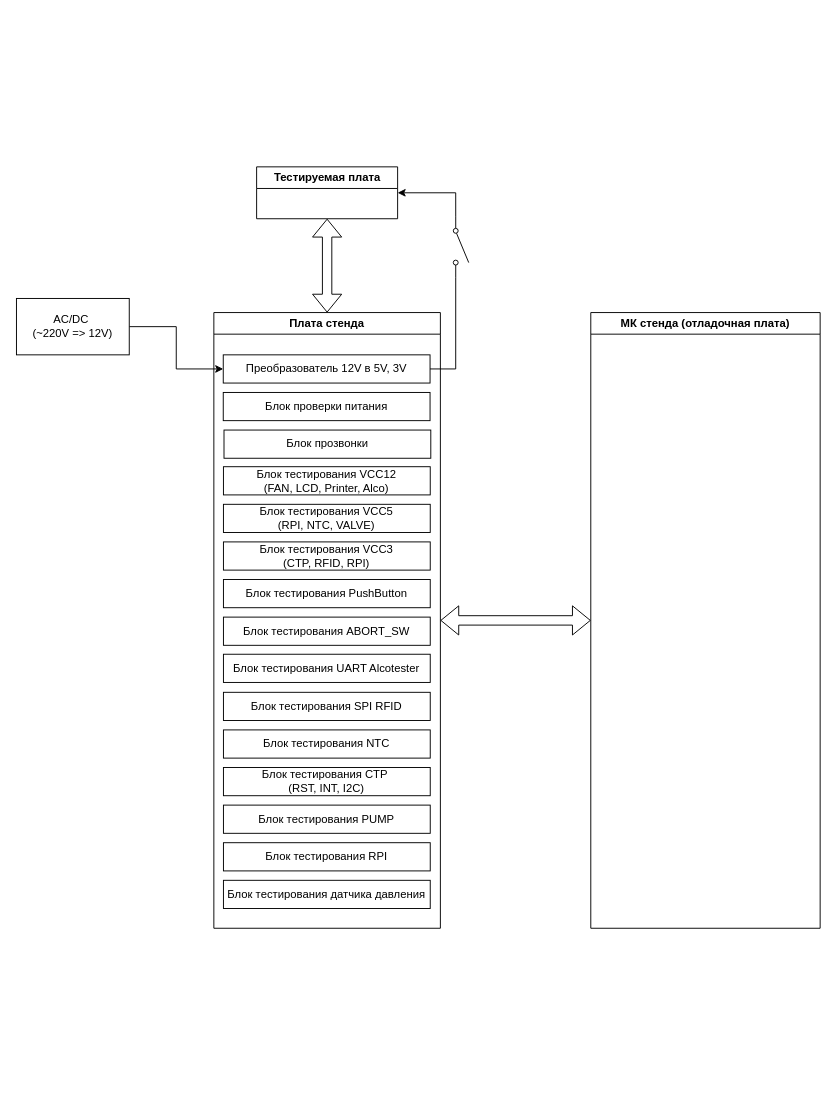
The draw.io diagram page "Общая схема" (1 of 16) of Schema-BTS/BTS_блок-схема.drawio in SovoN-Niko/Diagrams, before the edit. Source tidied: cells renumbered, new cells numbered last; positions are measured from the earlier drawing's top-left corner, leaving out a move shared by most shapes. Both pictures are drawn from the tidied source at 94%, with x=0, y=0 at pixel (16, 166).
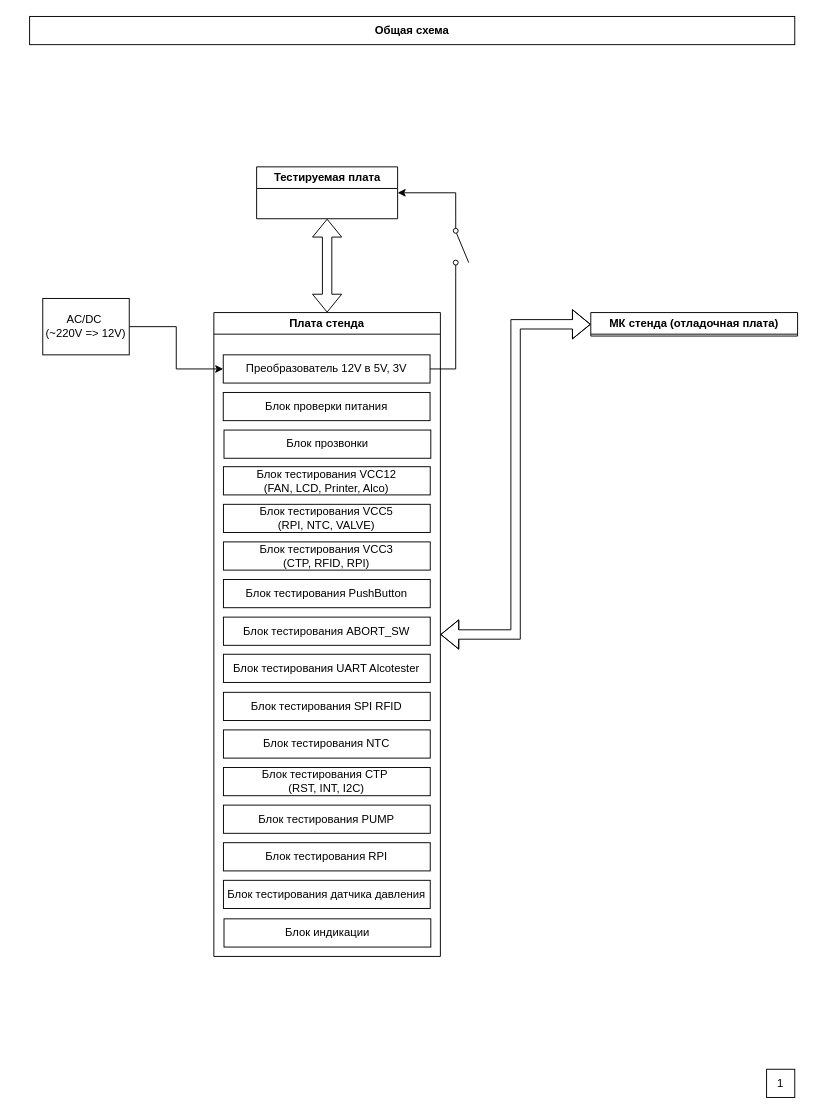
The same diagram, later.

The edit, as a diff of the source:
```diff
@@
     <mxCell id="4" value="Плата стенда" style="swimlane;whiteSpace=wrap;html=1;startSize=23;" parent="1" vertex="1">
-      <mxGeometry x="210" y="155" width="241" height="655" as="geometry" />
+      <mxGeometry x="210" y="155" width="241" height="685" as="geometry" />
     </mxCell>
@@
+    <mxCell id="27" value="Блок индикации" style="rounded=0;whiteSpace=wrap;html=1;" parent="4" vertex="1">
+      <mxGeometry x="10.8" y="645" width="220" height="30" as="geometry" />
+    </mxCell>
-    <mxCell id="20" value="МК стенда (отладочная плата)" style="swimlane;whiteSpace=wrap;html=1;" parent="1" vertex="1">
-      <mxGeometry x="611" y="155" width="244" height="655" as="geometry" />
+    <mxCell id="20" value="МК стенда (отладочная плата)" style="swimlane;whiteSpace=wrap;html=1;" parent="1" vertex="1" collapsed="1">
+      <mxGeometry x="611" y="155" width="220" height="25" as="geometry" />
     </mxCell>
@@
     <mxCell id="22" value="AC/DC&amp;nbsp;&lt;div&gt;(~220V =&amp;gt; 12V)&lt;/div&gt;" style="rounded=0;whiteSpace=wrap;html=1;" parent="1" vertex="1">
-      <mxGeometry y="140" width="120" height="60" as="geometry" />
+      <mxGeometry x="28" y="140" width="92" height="60" as="geometry" />
     </mxCell>
@@
+    <mxCell id="28" value="Общая схема" style="rounded=0;whiteSpace=wrap;html=1;fontStyle=1;" parent="1" vertex="1">
+      <mxGeometry x="14" y="-160" width="814" height="30" as="geometry" />
+    </mxCell>
+    <mxCell id="29" value="1" style="whiteSpace=wrap;html=1;" parent="1" vertex="1">
+      <mxGeometry x="798" y="960" width="30" height="30" as="geometry" />
+    </mxCell>
```
